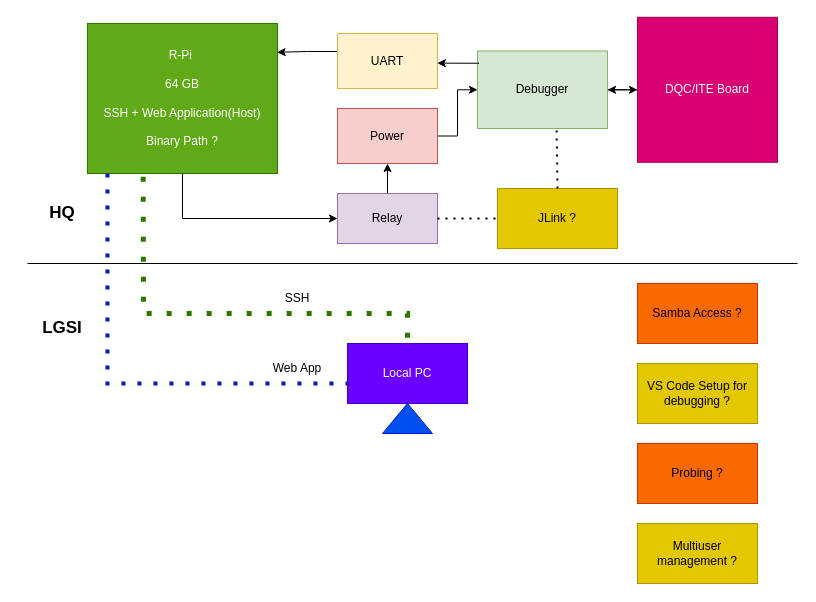
This is remote_setup.drawio from nishitp007/temp, a draw.io file, before an edit. Source tidied: cells renumbered, new cells numbered last; positions are measured from the earlier drawing's top-left corner, leaving out a move shared by most shapes. Both pictures are drawn from the tidied source at 100%, with x=0, y=0 at pixel (17, 17).
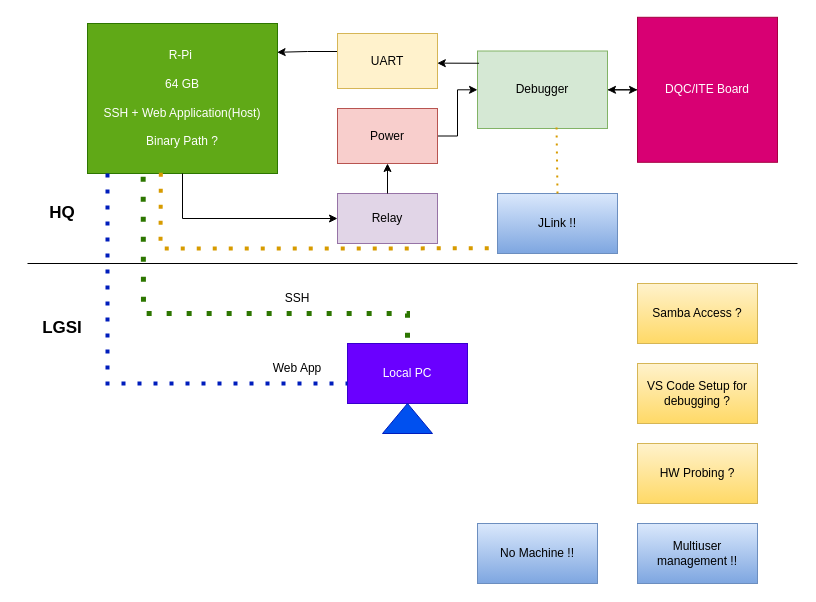
The same diagram, later.

Unchanged cells that the change refers to:
```xml
<mxCell id="4" value="R-Pi&amp;nbsp;&lt;br&gt;&lt;br&gt;64 GB&lt;br&gt;&lt;br&gt;SSH + Web Application(Host)&lt;br&gt;&lt;br&gt;Binary Path ?" style="rounded=0;whiteSpace=wrap;html=1;fillColor=#60a917;strokeColor=#2D7600;fontColor=#ffffff;" parent="1" vertex="1">
  <mxGeometry x="70" y="6" width="190" height="150" as="geometry" />
</mxCell>
<mxCell id="10" value="Debugger" style="rounded=0;whiteSpace=wrap;html=1;fillColor=#d5e8d4;strokeColor=#82b366;" parent="1" vertex="1">
  <mxGeometry x="460" y="33.5" width="130" height="77.5" as="geometry" />
</mxCell>
<mxCell id="13" value="Relay" style="rounded=0;whiteSpace=wrap;html=1;fillColor=#e1d5e7;strokeColor=#9673a6;" parent="1" vertex="1">
  <mxGeometry x="320" y="176" width="100" height="50" as="geometry" />
</mxCell>
```

What changed in the source:
```diff
@@
-    <mxCell id="18" value="JLink ?" style="rounded=0;whiteSpace=wrap;html=1;fillColor=#e3c800;strokeColor=#B09500;fontColor=#000000;" parent="1" vertex="1">
-      <mxGeometry x="480" y="171" width="120" height="60" as="geometry" />
+    <mxCell id="18" value="JLink !!" style="rounded=0;whiteSpace=wrap;html=1;fillColor=#dae8fc;strokeColor=#6c8ebf;gradientColor=#7ea6e0;" parent="1" vertex="1">
+      <mxGeometry x="480" y="176" width="120" height="60" as="geometry" />
     </mxCell>
-    <mxCell id="19" value="Samba Access ?" style="rounded=0;whiteSpace=wrap;html=1;fillColor=#fa6800;fontColor=#000000;strokeColor=#C73500;" parent="1" vertex="1">
+    <mxCell id="19" value="Samba Access ?" style="rounded=0;whiteSpace=wrap;html=1;fillColor=#fff2cc;strokeColor=#d6b656;gradientColor=#ffd966;" parent="1" vertex="1">
       <mxGeometry x="620" y="266" width="120" height="60" as="geometry" />
     </mxCell>
-    <mxCell id="20" value="VS Code Setup for debugging ?" style="rounded=0;whiteSpace=wrap;html=1;fillColor=#e3c800;fontColor=#000000;strokeColor=#B09500;" parent="1" vertex="1">
+    <mxCell id="20" value="VS Code Setup for debugging ?" style="rounded=0;whiteSpace=wrap;html=1;fillColor=#fff2cc;strokeColor=#d6b656;gradientColor=#ffd966;" parent="1" vertex="1">
       <mxGeometry x="620" y="346" width="120" height="60" as="geometry" />
     </mxCell>
-    <mxCell id="21" value="Multiuser management ?" style="rounded=0;whiteSpace=wrap;html=1;fillColor=#e3c800;fontColor=#000000;strokeColor=#B09500;" parent="1" vertex="1">
+    <mxCell id="21" value="Multiuser management !!" style="rounded=0;whiteSpace=wrap;html=1;fillColor=#dae8fc;strokeColor=#6c8ebf;gradientColor=#7ea6e0;" parent="1" vertex="1">
       <mxGeometry x="620" y="506" width="120" height="60" as="geometry" />
     </mxCell>
-    <mxCell id="22" value="Probing ?" style="rounded=0;whiteSpace=wrap;html=1;fillColor=#fa6800;fontColor=#000000;strokeColor=#C73500;" parent="1" vertex="1">
+    <mxCell id="22" value="HW Probing ?" style="rounded=0;whiteSpace=wrap;html=1;fillColor=#fff2cc;strokeColor=#d6b656;gradientColor=#ffd966;" parent="1" vertex="1">
       <mxGeometry x="620" y="426" width="120" height="60" as="geometry" />
     </mxCell>
@@
-    <mxCell id="26" style="endArrow=none;dashed=1;html=1;dashPattern=1 3;strokeWidth=2;rounded=0;exitX=1;exitY=0.5;exitDx=0;exitDy=0;entryX=0;entryY=0.5;entryDx=0;entryDy=0;" parent="1" edge="1" source="13" target="18">
-      <mxGeometry relative="1" as="geometry" />
-    </mxCell>
-    <mxCell id="27" style="endArrow=none;dashed=1;html=1;dashPattern=1 3;strokeWidth=2;rounded=0;exitX=0.5;exitY=0;exitDx=0;exitDy=0;entryX=0.608;entryY=0.982;entryDx=0;entryDy=0;entryPerimeter=0;" parent="1" edge="1" source="18" target="10">
+    <mxCell id="27" style="endArrow=none;dashed=1;html=1;dashPattern=1 3;strokeWidth=2;rounded=0;exitX=0.5;exitY=0;exitDx=0;exitDy=0;entryX=0.608;entryY=0.982;entryDx=0;entryDy=0;entryPerimeter=0;fillColor=#ffcd28;gradientColor=#ffa500;strokeColor=#d79b00;" parent="1" edge="1" source="18" target="10">
       <mxGeometry relative="1" as="geometry" />
     </mxCell>
@@
+    <mxCell id="31" value="No Machine !!" style="rounded=0;whiteSpace=wrap;html=1;fillColor=#dae8fc;strokeColor=#6c8ebf;gradientColor=#7ea6e0;" parent="1" vertex="1">
+      <mxGeometry x="460" y="506" width="120" height="60" as="geometry" />
+    </mxCell>
+    <mxCell id="32" style="endArrow=none;dashed=1;html=1;dashPattern=1 3;strokeWidth=4;rounded=0;entryX=0.006;entryY=0.914;entryDx=0;entryDy=0;exitX=0.386;exitY=0.995;exitDx=0;exitDy=0;exitPerimeter=0;fillColor=#ffcd28;gradientColor=#ffa500;strokeColor=#d79b00;entryPerimeter=0;" parent="1" edge="1" source="4" target="18">
+      <mxGeometry relative="1" as="geometry">
+        <Array as="points">
+          <mxPoint x="143" y="231" />
+        </Array>
+      </mxGeometry>
+    </mxCell>
```
